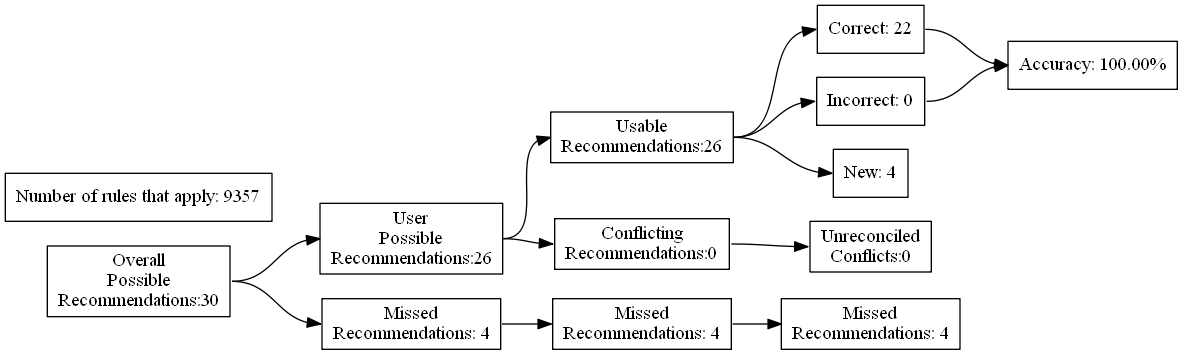
Before: test_renders/34.gv.png, a diagram exported from Graphviz (ZaxR/ibd_diet_analysis). Its source is kept beside it as test_renders/34.gv.
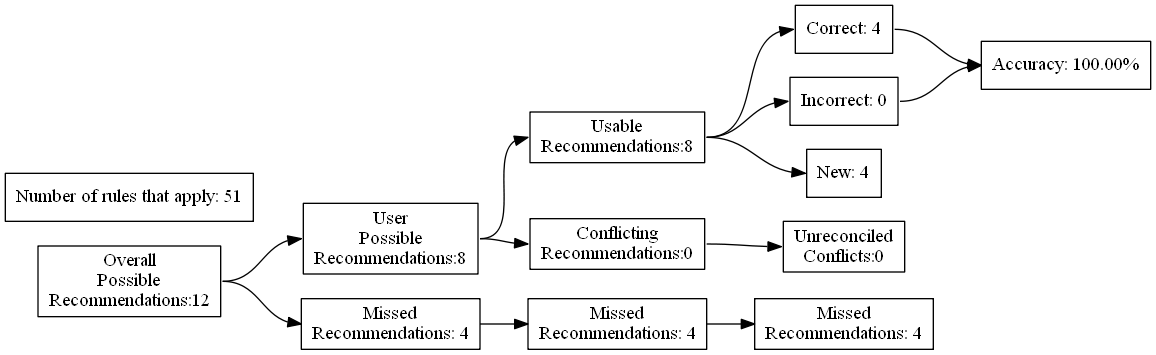
Above is the later version.

Diff of the diagram source:
```diff
@@ -4,27 +4,27 @@
 	edge [headport=w tailport=e]
 		A [label="Overall
 Possible
-Recommendations:30"]
+Recommendations:12"]
 		B [label="User
 Possible
-Recommendations:26"]
+Recommendations:8"]
 		C [label="Missed
 Recommendations: 4"]
 		D [label="Usable
-Recommendations:26"]
+Recommendations:8"]
 		E [label="Conflicting
 Recommendations:0"]
 		J [label="Missed
 Recommendations: 4"]
 		M [label="Unreconciled
 Conflicts:0"]
-		F [label="Correct: 22"]
+		F [label="Correct: 4"]
 		G [label="Incorrect: 0"]
 		H [label="New: 4"]
 		K [label="Missed
 Recommendations: 4"]
 		I [label="Accuracy: 100.00%"]
-		l [label="Number of rules that apply: 9357"]
+		l [label="Number of rules that apply: 51"]
 			A -> B
 			A -> C
 			B -> D
```
